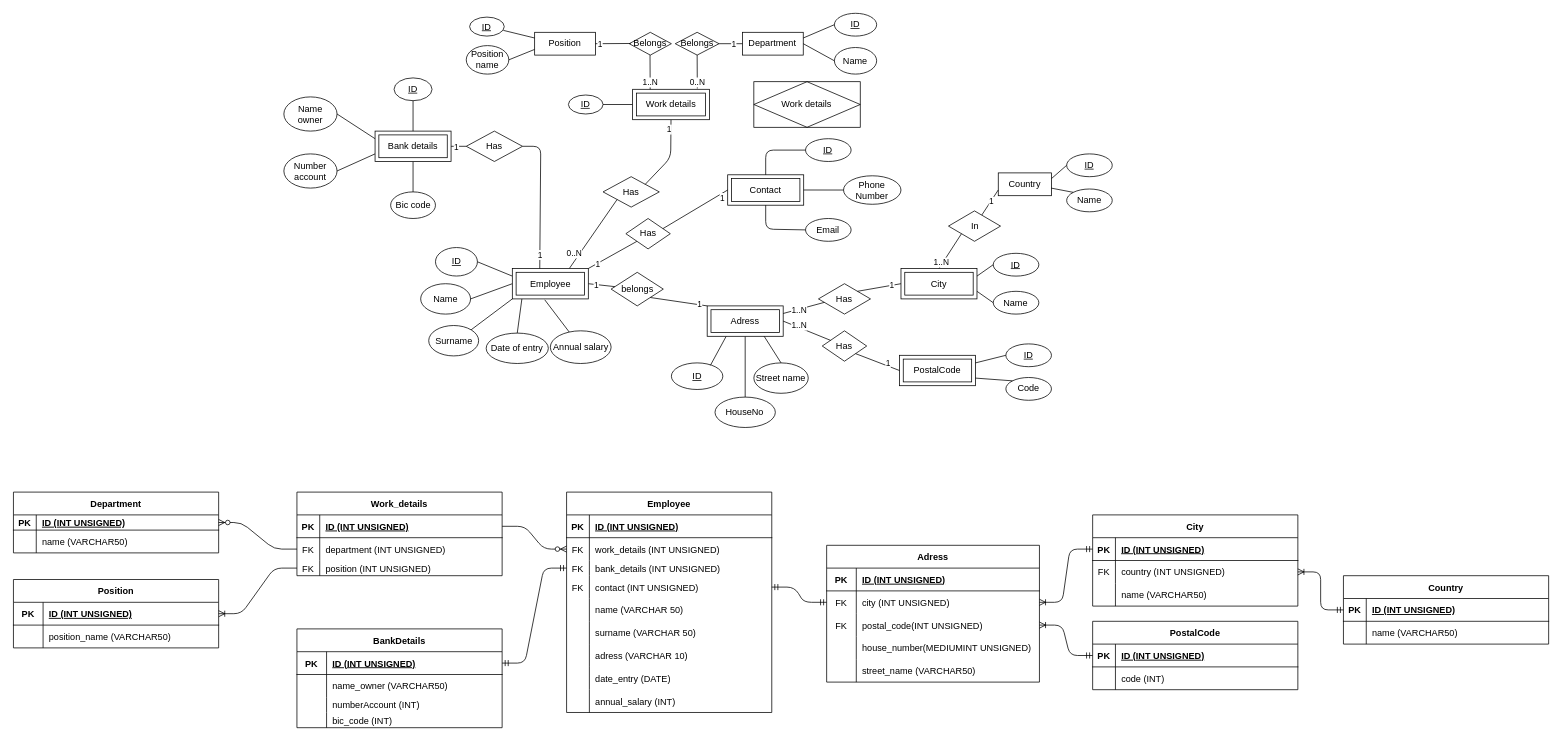
AntoineD74/Database-project keeps this draw.io diagram as Scheme_database.drawio. Above is the earlier version. Source tidied: cells renumbered, new cells numbered last; positions are measured from the earlier drawing's top-left corner, leaving out a move shared by most shapes. Both pictures are drawn from the tidied source at 76%, with x=0, y=0 at pixel (13, 13).
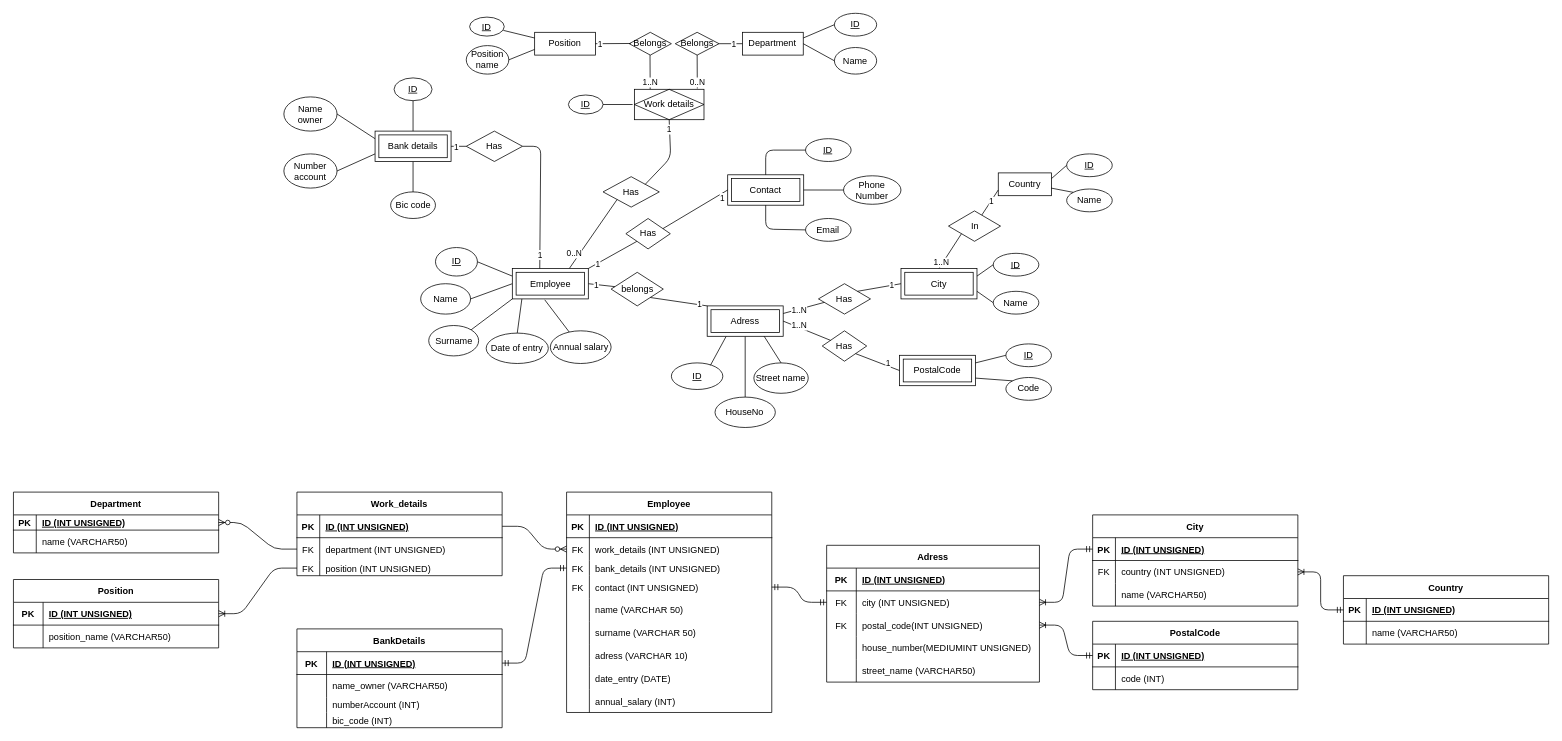
The same diagram, later.

Unchanged cells that the change refers to:
```xml
<mxCell id="13" value="Has" style="rhombus;whiteSpace=wrap;html=1;" parent="1" vertex="1">
  <mxGeometry x="776" y="215" width="74" height="40" as="geometry" />
</mxCell>
<mxCell id="32" value="&lt;u&gt;ID&lt;/u&gt;" style="ellipse;whiteSpace=wrap;html=1;" parent="1" vertex="1">
  <mxGeometry x="730.4" y="107.5" width="45.6" height="25" as="geometry" />
</mxCell>
```

The edit, as a diff of the source:
```diff
@@
-    <mxCell id="34" style="endArrow=none;html=1;exitX=0;exitY=0.5;exitDx=0;exitDy=0;entryX=1;entryY=0.5;entryDx=0;entryDy=0;" parent="1" edge="1" source="125" target="32">
-      <mxGeometry relative="1" as="geometry" />
+    <mxCell id="34" style="endArrow=none;html=1;exitX=0;exitY=0.5;exitDx=0;exitDy=0;entryX=1;entryY=0.5;entryDx=0;entryDy=0;" parent="1" edge="1" target="32">
+      <mxGeometry relative="1" as="geometry">
+        <mxPoint x="814.9" y="120" as="sourcePoint" />
+      </mxGeometry>
     </mxCell>
@@
-    <mxCell id="36" style="endArrow=none;html=1;entryX=0.5;entryY=1;entryDx=0;entryDy=0;exitX=1;exitY=0;exitDx=0;exitDy=0;" parent="1" edge="1" source="13" target="125">
+    <mxCell id="36" style="endArrow=none;html=1;exitX=1;exitY=0;exitDx=0;exitDy=0;entryX=0.5;entryY=1;entryDx=0;entryDy=0;" parent="1" edge="1" source="13" target="224">
       <mxGeometry relative="1" as="geometry">
         <Array as="points">
           <mxPoint x="865" y="190" />
         </Array>
       </mxGeometry>
     </mxCell>
@@
-    <mxCell id="125" value="Work details" style="shape=ext;margin=3;double=1;whiteSpace=wrap;html=1;align=center;" parent="1" vertex="1">
-      <mxGeometry x="814.9" y="100" width="101" height="40" as="geometry" />
-    </mxCell>
@@
     <mxCell id="224" value="Work details" style="shape=associativeEntity;whiteSpace=wrap;html=1;align=center;" parent="1" vertex="1">
-      <mxGeometry x="974.4" y="90" width="140" height="60" as="geometry" />
+      <mxGeometry x="817.2" y="100" width="91.6" height="40" as="geometry" />
     </mxCell>
```
